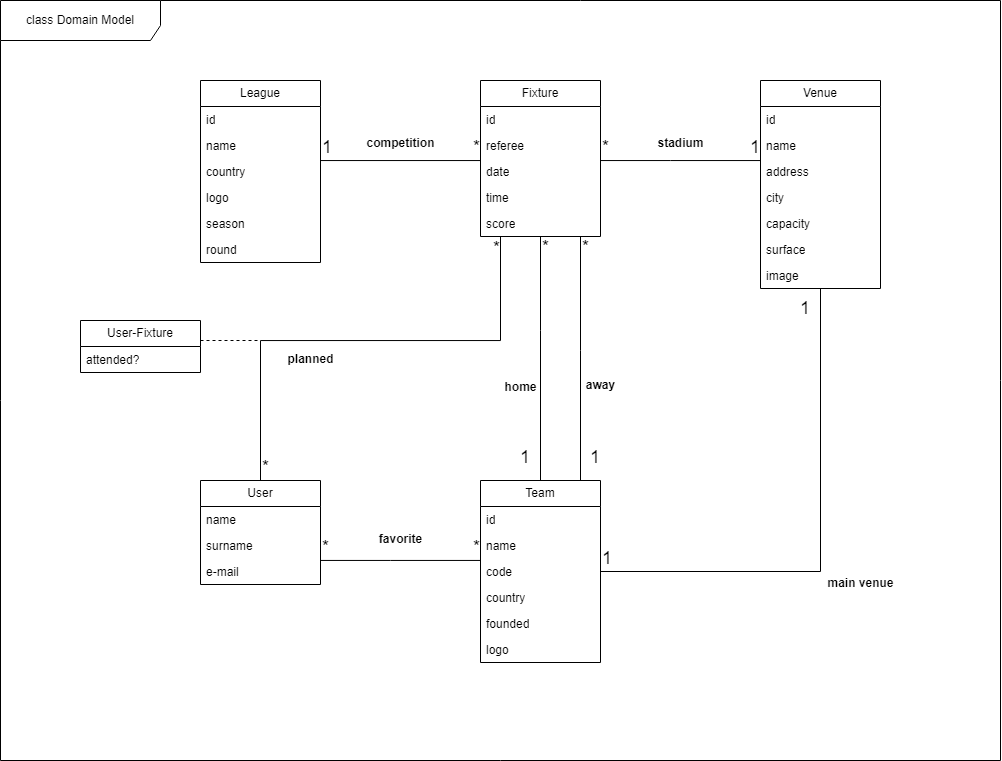
Above: images/DomainModel.png in manelneto/FootLinker (draw.io), before the change. Source tidied: cells renumbered, new cells last; positions are measured from the earlier drawing's top-left corner, leaving out a move shared by most shapes.
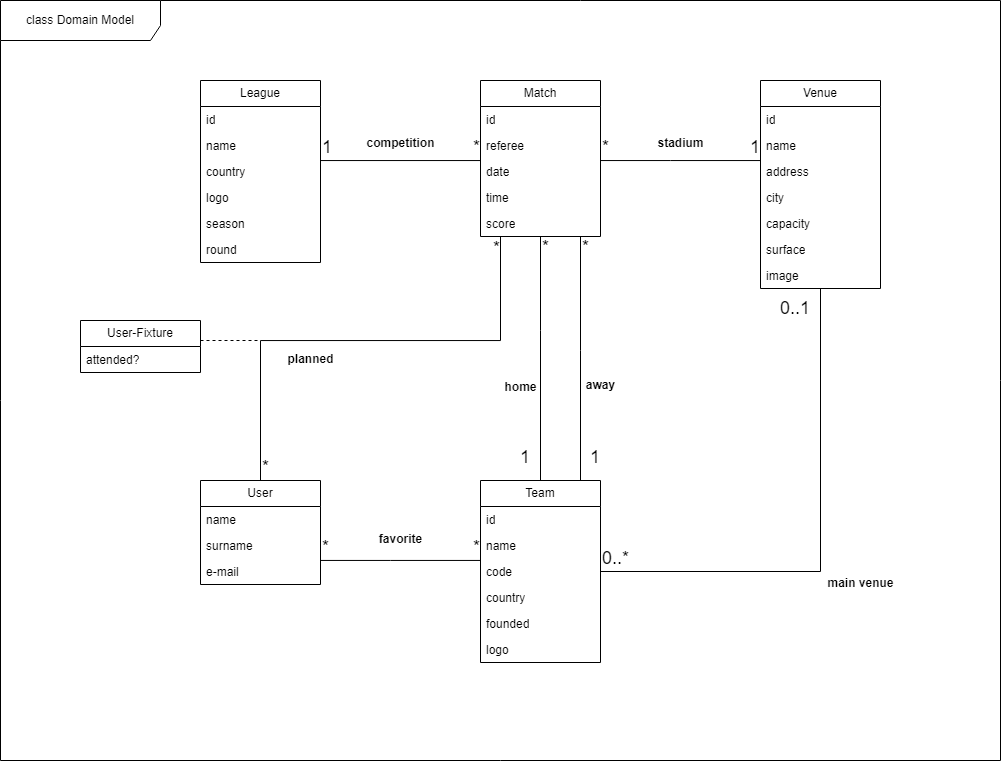
Above is the later version.

Commit message:
changed domain model multiplicity as suggested

What changed in the source:
```diff
@@ -47,7 +47,7 @@
     <mxCell id="16" value="image" style="text;strokeColor=none;fillColor=none;align=left;verticalAlign=top;spacingLeft=4;spacingRight=4;overflow=hidden;whiteSpace=wrap;html=1;" parent="9" vertex="1">
       <mxGeometry y="182" width="120" height="26" as="geometry" />
     </mxCell>
-    <mxCell id="17" value="Fixture" style="swimlane;fontStyle=0;horizontal=1;startSize=26;fillColor=none;whiteSpace=wrap;html=1;" parent="1" vertex="1">
+    <mxCell id="17" value="Match" style="swimlane;fontStyle=0;horizontal=1;startSize=26;fillColor=none;whiteSpace=wrap;html=1;" parent="1" vertex="1">
       <mxGeometry x="480" y="80" width="120" height="156" as="geometry" />
     </mxCell>
     <mxCell id="18" value="id" style="text;strokeColor=none;fillColor=none;align=left;verticalAlign=top;spacingLeft=4;spacingRight=4;overflow=hidden;whiteSpace=wrap;html=1;" parent="17" vertex="1">
@@ -149,10 +149,10 @@
     <mxCell id="42" style="endArrow=none;html=1;edgeStyle=orthogonalEdgeStyle;rounded=0;" parent="1" edge="1" source="2" target="9">
       <mxGeometry relative="1" as="geometry" />
     </mxCell>
-    <mxCell id="43" value="&lt;font style=&quot;font-size: 18px;&quot;&gt;1&lt;/font&gt;" style="edgeLabel;html=1;align=left;verticalAlign=bottom;" parent="42" vertex="1">
+    <mxCell id="43" value="&lt;font style=&quot;font-size: 18px;&quot;&gt;0..*&lt;/font&gt;" style="edgeLabel;html=1;align=left;verticalAlign=bottom;" parent="42" vertex="1">
       <mxGeometry x="-1" relative="1" as="geometry" />
     </mxCell>
-    <mxCell id="44" value="&lt;span style=&quot;font-size: 18px;&quot;&gt;1&lt;/span&gt;" style="edgeLabel;html=1;align=right;verticalAlign=bottom;" parent="42" vertex="1">
+    <mxCell id="44" value="&lt;span style=&quot;font-size: 18px;&quot;&gt;0..1&lt;/span&gt;" style="edgeLabel;html=1;align=right;verticalAlign=bottom;" parent="42" vertex="1">
       <mxGeometry x="1" relative="1" as="geometry">
         <mxPoint x="-10" y="33" as="offset" />
       </mxGeometry>
```
